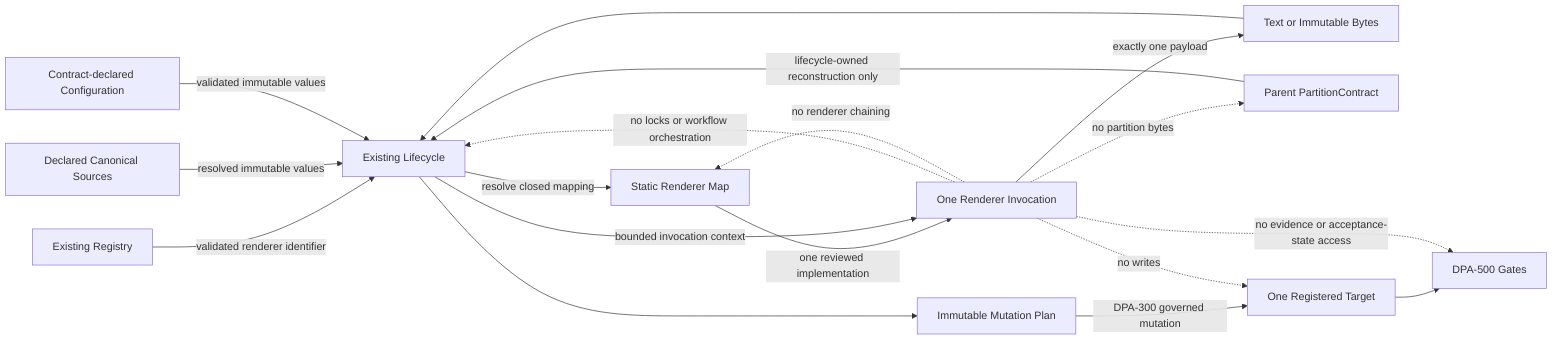
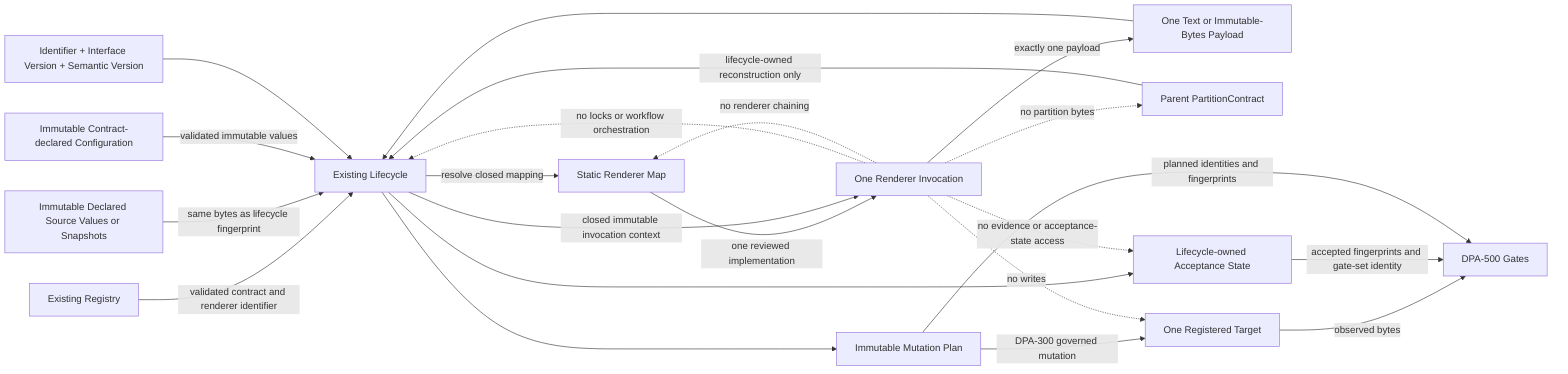
flowchart LR
    REG[Existing Registry]
    LC[Existing Lifecycle]
    MAP[Static Renderer Map]
-     SRC[Declared Canonical Sources]
-     CFG[Contract-declared Configuration]
+     SRC[Immutable Declared Source Values or Snapshots]
+     CFG[Immutable Contract-declared Configuration]
+     VER[Identifier + Interface Version + Semantic Version]
    REN[One Renderer Invocation]
-     PAYLOAD[Text or Immutable Bytes]
+     PAYLOAD[One Text or Immutable-Bytes Payload]
    PLAN[Immutable Mutation Plan]
    PART[Parent PartitionContract]
    TARGET[One Registered Target]
+     STATE[Lifecycle-owned Acceptance State]
    GATE[DPA-500 Gates]

-     REG -->|validated renderer identifier| LC
+     REG -->|validated contract and renderer identifier| LC
    LC -->|resolve closed mapping| MAP
    MAP -->|one reviewed implementation| REN
-     SRC -->|resolved immutable values| LC
+     SRC -->|same bytes as lifecycle fingerprint| LC
    CFG -->|validated immutable values| LC
-     LC -->|bounded invocation context| REN
+     VER --> LC
+     LC -->|closed immutable invocation context| REN
    REN -->|exactly one payload| PAYLOAD
    PAYLOAD --> LC
    PART -->|lifecycle-owned reconstruction only| LC
    LC --> PLAN
    PLAN -->|DPA-300 governed mutation| TARGET
-     TARGET --> GATE
+     LC --> STATE
+     TARGET -->|observed bytes| GATE
+     STATE -->|accepted fingerprints and gate-set identity| GATE
+     PLAN -->|planned identities and fingerprints| GATE

    REN -. no writes .-> TARGET
    REN -. no partition bytes .-> PART
    REN -. no locks or workflow orchestration .-> LC
-     REN -. no evidence or acceptance-state access .-> GATE
+     REN -. no evidence or acceptance-state access .-> STATE
    REN -. no renderer chaining .-> MAP
